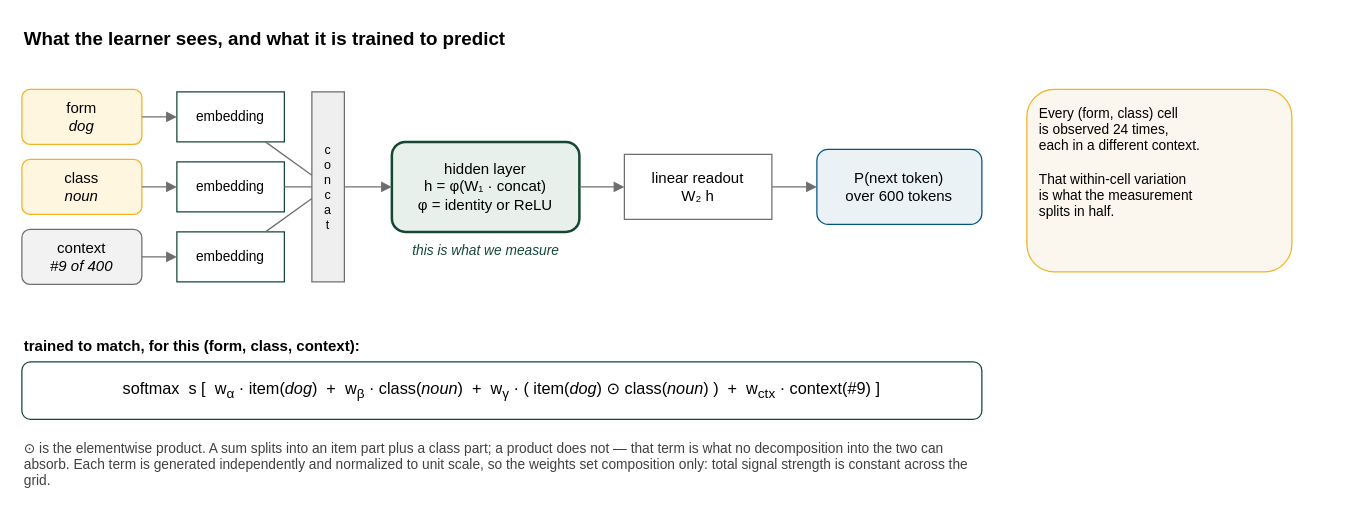
This is paper/fig-toy-training.drawio from znhoughton/representation-separability, a draw.io file, before an edit. Source tidied: cells renumbered, new cells numbered last; positions are measured from the earlier drawing's top-left corner, leaving out a move shared by most shapes. Both pictures are drawn from the tidied source at 125%, with x=0, y=0 at pixel (21, 21).
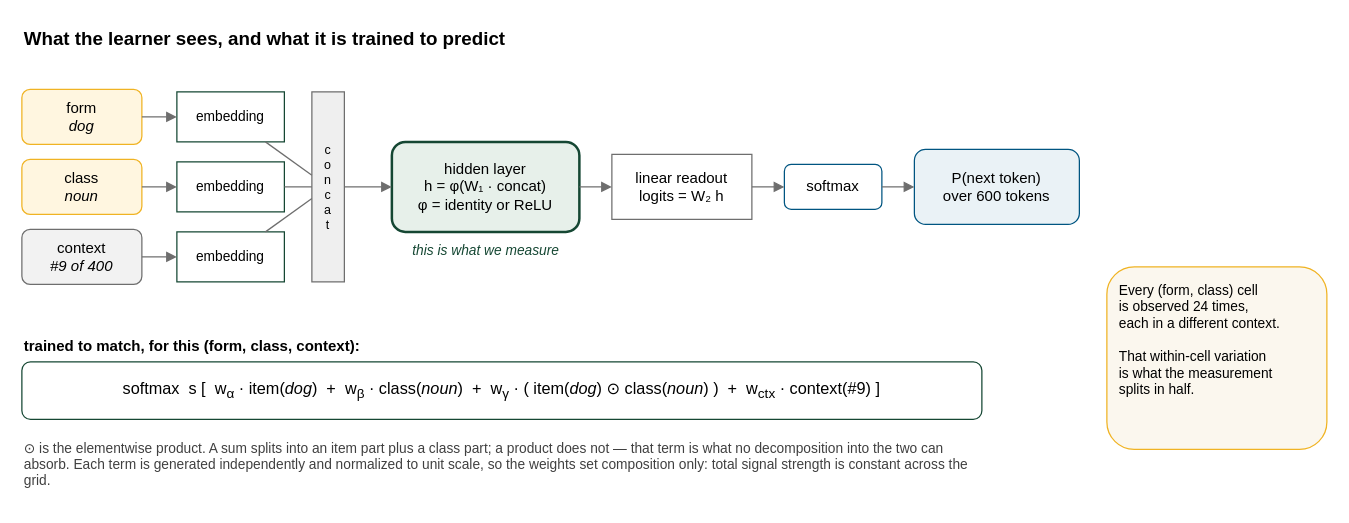
The same diagram, later.

Commit message (it also covers changes not shown here):
Fix the missing softmax, and cut the measurement figure to one idea

The edit, as a diff of the source:
```diff
@@
-    <mxCell id="19" value="linear readout&#10;W₂ h" style="rounded=0;whiteSpace=wrap;html=1;fontSize=12;fillColor=#FFFFFF;strokeColor=#6E6E6E;" parent="1" vertex="1">
-      <mxGeometry x="482" y="106" width="118" height="52" as="geometry" />
+    <mxCell id="19" value="linear readout&#10;logits = W₂ h" style="rounded=0;whiteSpace=wrap;html=1;fontSize=12;fillColor=#FFFFFF;strokeColor=#6E6E6E;" parent="1" vertex="1">
+      <mxGeometry x="472" y="106" width="112" height="52" as="geometry" />
     </mxCell>
@@
+    <mxCell id="27" value="softmax" style="rounded=1;whiteSpace=wrap;html=1;fontSize=12;fillColor=#FFFFFF;strokeColor=#005581;" parent="1" vertex="1">
+      <mxGeometry x="610" y="114" width="78" height="36" as="geometry" />
+    </mxCell>
+    <mxCell id="28" style="edgeStyle=none;html=1;endArrow=block;endFill=1;strokeColor=#6E6E6E;" parent="1" edge="1" source="19" target="27">
+      <mxGeometry relative="1" as="geometry" />
+    </mxCell>
     <mxCell id="21" value="P(next token)&#10;over 600 tokens" style="rounded=1;whiteSpace=wrap;html=1;fontSize=12;fillColor=#EAF2F6;strokeColor=#005581;" parent="1" vertex="1">
-      <mxGeometry x="636" y="102" width="132" height="60" as="geometry" />
+      <mxGeometry x="714" y="102" width="132" height="60" as="geometry" />
     </mxCell>
-    <mxCell id="22" style="edgeStyle=none;html=1;endArrow=block;endFill=1;strokeColor=#6E6E6E;" parent="1" edge="1" source="19" target="21">
+    <mxCell id="22" style="edgeStyle=none;html=1;endArrow=block;endFill=1;strokeColor=#6E6E6E;" parent="1" edge="1" source="27" target="21">
       <mxGeometry relative="1" as="geometry" />
     </mxCell>
@@
     <mxCell id="26" value="Every (form, class) cell&#10;is observed 24 times,&#10;each in a different context.&#10;&#10;That within-cell variation&#10;is what the measurement&#10;splits in half." style="rounded=1;whiteSpace=wrap;html=1;fontSize=11;fillColor=#FBF7EE;strokeColor=#F0B323;align=left;verticalAlign=top;spacingLeft=8;spacingTop=6;" parent="1" vertex="1">
-      <mxGeometry x="804" y="54" width="212" height="146" as="geometry" />
+      <mxGeometry x="868" y="196" width="176" height="146" as="geometry" />
     </mxCell>
```
